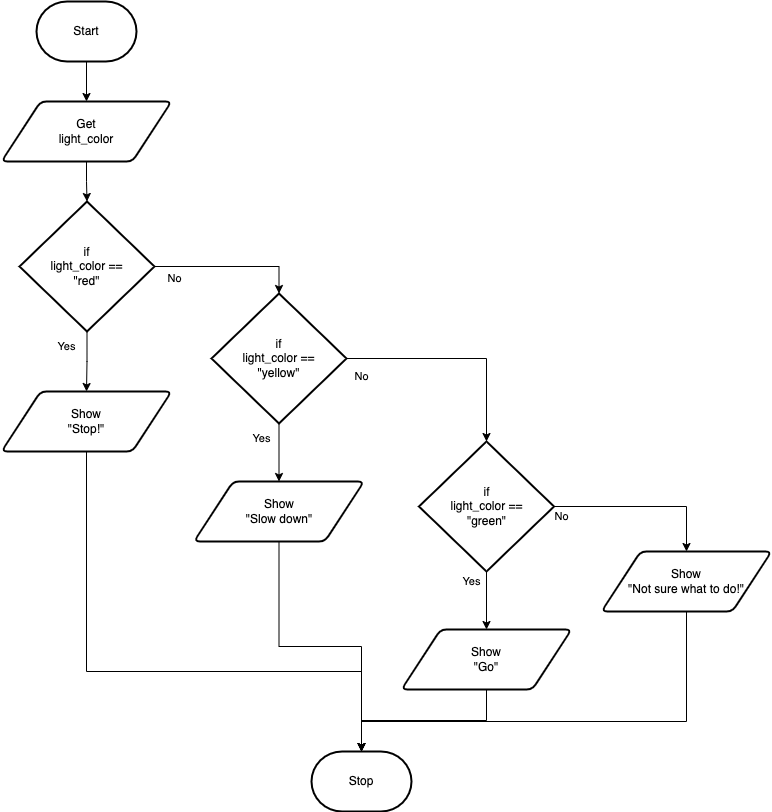
The draw.io diagram docs/structured-problem-solving/images/flowchart-if-then-elseif-else.png in Mr-Coxall/Computer-Based-Problem-Solving, before a commit. Source tidied: cells renumbered, new cells last; positions are measured from the earlier drawing's top-left corner, leaving out a move shared by most shapes.
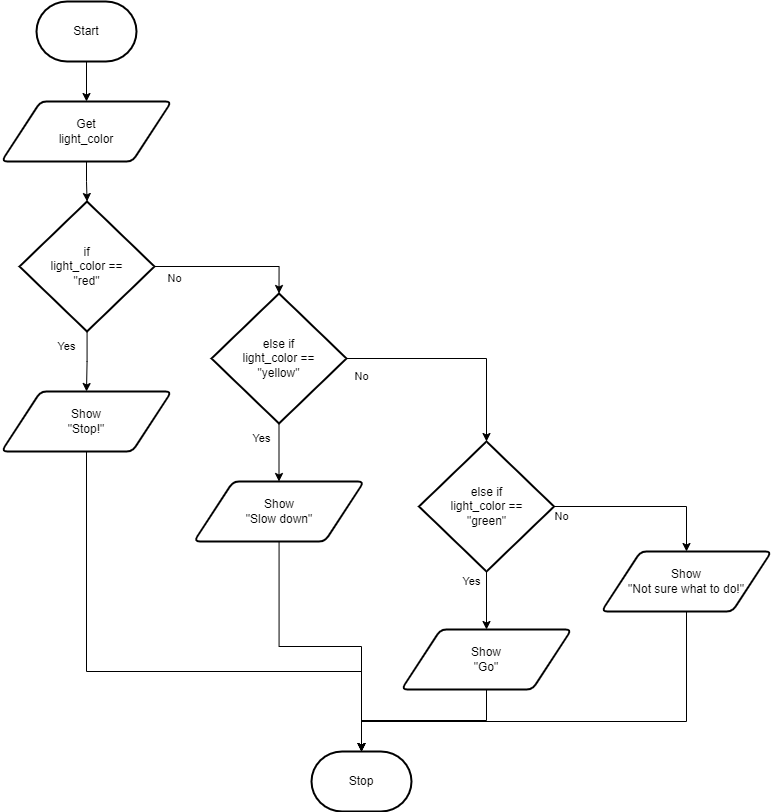
After the commit.

Change to the diagram source:
```diff
@@ -52,7 +52,7 @@
     <mxCell id="16" style="edgeStyle=orthogonalEdgeStyle;shape=connector;rounded=0;html=1;labelBackgroundColor=default;strokeColor=default;fontFamily=Helvetica;fontSize=11;fontColor=default;endArrow=classic;" parent="1" edge="1" source="17" target="22">
       <mxGeometry relative="1" as="geometry" />
     </mxCell>
-    <mxCell id="17" value="if&lt;br&gt;light_color ==&lt;br&gt;&quot;yellow&quot;" style="strokeWidth=2;html=1;shape=mxgraph.flowchart.decision;whiteSpace=wrap;" parent="1" vertex="1">
+    <mxCell id="17" value="else if&lt;br&gt;light_color ==&lt;br&gt;&quot;yellow&quot;" style="strokeWidth=2;html=1;shape=mxgraph.flowchart.decision;whiteSpace=wrap;" parent="1" vertex="1">
       <mxGeometry x="210" y="292" width="135" height="130" as="geometry" />
     </mxCell>
     <mxCell id="18" style="edgeStyle=orthogonalEdgeStyle;shape=connector;rounded=0;html=1;labelBackgroundColor=default;strokeColor=default;fontFamily=Helvetica;fontSize=11;fontColor=default;endArrow=classic;" parent="1" edge="1" source="19" target="6">
@@ -67,7 +67,7 @@
     <mxCell id="21" style="edgeStyle=orthogonalEdgeStyle;shape=connector;rounded=0;html=1;entryX=0.5;entryY=0;entryDx=0;entryDy=0;labelBackgroundColor=default;strokeColor=default;fontFamily=Helvetica;fontSize=11;fontColor=default;endArrow=classic;" parent="1" edge="1" source="22" target="26">
       <mxGeometry relative="1" as="geometry" />
     </mxCell>
-    <mxCell id="22" value="if&lt;br&gt;light_color ==&lt;br&gt;&quot;green&quot;" style="strokeWidth=2;html=1;shape=mxgraph.flowchart.decision;whiteSpace=wrap;" parent="1" vertex="1">
+    <mxCell id="22" value="else if&lt;br&gt;light_color ==&lt;br&gt;&quot;green&quot;" style="strokeWidth=2;html=1;shape=mxgraph.flowchart.decision;whiteSpace=wrap;" parent="1" vertex="1">
       <mxGeometry x="417.5" y="440" width="135" height="130" as="geometry" />
     </mxCell>
     <mxCell id="23" style="edgeStyle=orthogonalEdgeStyle;shape=connector;rounded=0;html=1;labelBackgroundColor=default;strokeColor=default;fontFamily=Helvetica;fontSize=11;fontColor=default;endArrow=classic;" parent="1" edge="1" source="24" target="6">
```
